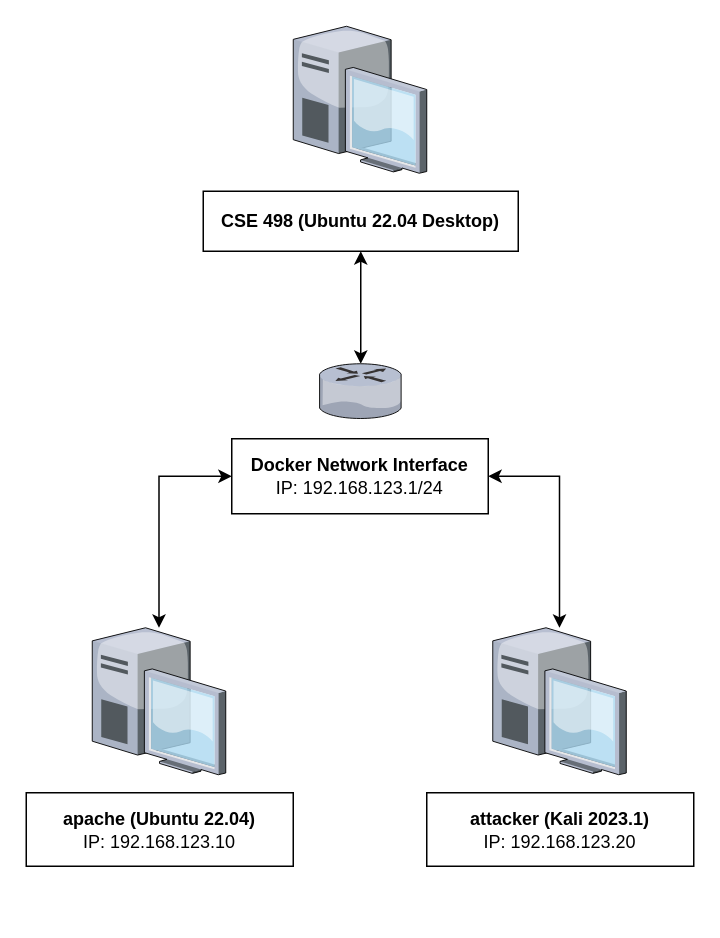
The draw.io diagram resources/Docker Network Topology.drawio in mjkrooz/cse498-nids, before the edit. Source tidied: cells renumbered, new cells numbered last; positions are measured from the earlier drawing's top-left corner, leaving out a move shared by most shapes. Both pictures are drawn from the tidied source at 150%, with x=0, y=0 at pixel (26, 26).
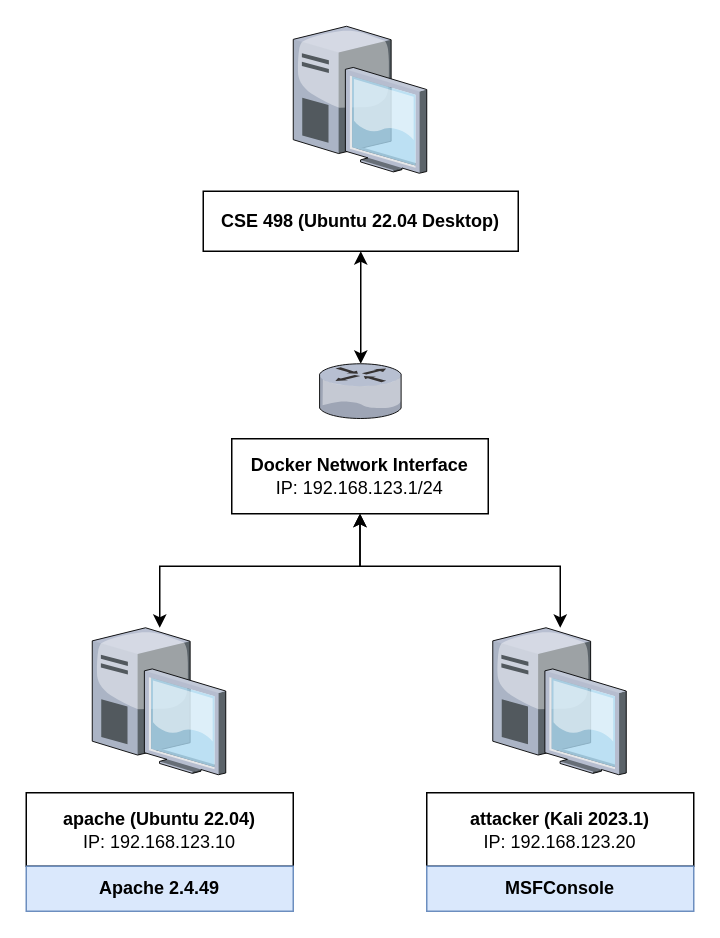
After the change.

Commit message (it also covers changes not shown here):
Additional topology updates

Diff of the diagram source:
```diff
@@
 <mxGraphModel>
   <root>
     <mxCell id="0" />
     <mxCell id="1" parent="0" />
     <mxCell id="2" style="verticalLabelPosition=bottom;sketch=0;html=1;verticalAlign=top;strokeColor=none;align=center;outlineConnect=0;shape=mxgraph.citrix.desktop;" parent="1" vertex="1">
       <mxGeometry x="44" y="401" width="89" height="98" as="geometry" />
     </mxCell>
     <mxCell id="3" value="&lt;b&gt;apache (Ubuntu 22.04)&lt;/b&gt;&lt;br&gt;IP: 192.168.123.10" style="rounded=0;whiteSpace=wrap;html=1;" parent="1" vertex="1">
       <mxGeometry y="511" width="178" height="49" as="geometry" />
     </mxCell>
     <mxCell id="4" style="verticalLabelPosition=bottom;sketch=0;html=1;verticalAlign=top;strokeColor=none;align=center;outlineConnect=0;shape=mxgraph.citrix.desktop;" parent="1" vertex="1">
       <mxGeometry x="311" y="401" width="89" height="98" as="geometry" />
     </mxCell>
     <mxCell id="5" value="&lt;b&gt;attacker (Kali 2023.1)&lt;/b&gt;&lt;br&gt;IP: 192.168.123.20&lt;br&gt;" style="rounded=0;whiteSpace=wrap;html=1;" parent="1" vertex="1">
       <mxGeometry x="267" y="511" width="178" height="49" as="geometry" />
     </mxCell>
     <mxCell id="6" style="verticalLabelPosition=bottom;sketch=0;html=1;verticalAlign=top;strokeColor=none;align=center;shape=mxgraph.citrix.desktop;" parent="1" vertex="1">
       <mxGeometry x="178" width="89" height="98" as="geometry" />
     </mxCell>
     <mxCell id="7" style="edgeStyle=orthogonalEdgeStyle;rounded=0;jettySize=auto;html=1;startArrow=classic;startFill=1;" parent="1" edge="1" source="8" target="12">
       <mxGeometry relative="1" as="geometry" />
     </mxCell>
     <mxCell id="8" value="&lt;b&gt;CSE 498 (Ubuntu 22.04 Desktop)&lt;/b&gt;" style="rounded=0;whiteSpace=wrap;html=1;" parent="1" vertex="1">
       <mxGeometry x="118" y="110" width="210" height="40" as="geometry" />
     </mxCell>
     <mxCell id="9" style="edgeStyle=orthogonalEdgeStyle;rounded=0;jettySize=auto;html=1;startArrow=classic;startFill=1;" parent="1" edge="1" source="11" target="2">
-      <mxGeometry relative="1" as="geometry" />
+      <mxGeometry relative="1" as="geometry">
+        <Array as="points">
+          <mxPoint x="223" y="360" />
+          <mxPoint x="89" y="360" />
+        </Array>
+      </mxGeometry>
     </mxCell>
     <mxCell id="10" style="edgeStyle=orthogonalEdgeStyle;rounded=0;jettySize=auto;html=1;startArrow=classic;startFill=1;" parent="1" edge="1" source="11" target="4">
-      <mxGeometry relative="1" as="geometry" />
+      <mxGeometry relative="1" as="geometry">
+        <Array as="points">
+          <mxPoint x="223" y="360" />
+          <mxPoint x="356" y="360" />
+        </Array>
+      </mxGeometry>
     </mxCell>
     <mxCell id="11" value="Docker Network Interface&lt;br&gt;&lt;span style=&quot;font-weight: 400&quot;&gt;IP: 192.168.123.1/24&lt;/span&gt;" style="rounded=0;whiteSpace=wrap;html=1;fontStyle=1;" parent="1" vertex="1">
       <mxGeometry x="137" y="275" width="171" height="50" as="geometry" />
     </mxCell>
     <mxCell id="12" style="verticalLabelPosition=bottom;sketch=0;html=1;verticalAlign=top;strokeColor=none;align=center;outlineConnect=0;shape=mxgraph.citrix.router;" parent="1" vertex="1">
       <mxGeometry x="195.5" y="225" width="55" height="36.5" as="geometry" />
     </mxCell>
+    <mxCell id="13" value="Apache 2.4.49" style="rounded=0;whiteSpace=wrap;html=1;fillColor=#dae8fc;strokeColor=#6c8ebf;fontStyle=1;" parent="1" vertex="1">
+      <mxGeometry y="560" width="178" height="30" as="geometry" />
+    </mxCell>
+    <mxCell id="14" value="MSFConsole" style="rounded=0;whiteSpace=wrap;html=1;fillColor=#dae8fc;strokeColor=#6c8ebf;fontStyle=1;" parent="1" vertex="1">
+      <mxGeometry x="267" y="560" width="178" height="30" as="geometry" />
+    </mxCell>
   </root>
 </mxGraphModel>
```
